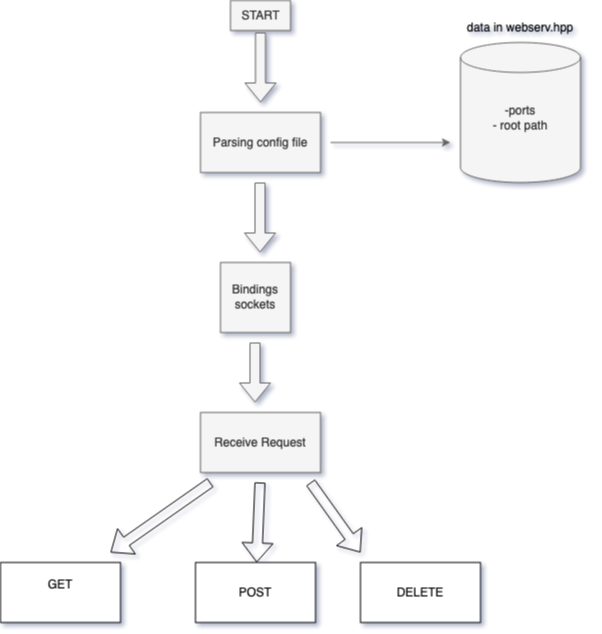
This is Diagram Webserv.drawio.png from es4nchez/webserv, a draw.io export, as it was before one commit. Source tidied: cells renumbered, new cells last; positions are measured from the earlier drawing's top-left corner, leaving out a move shared by most shapes.
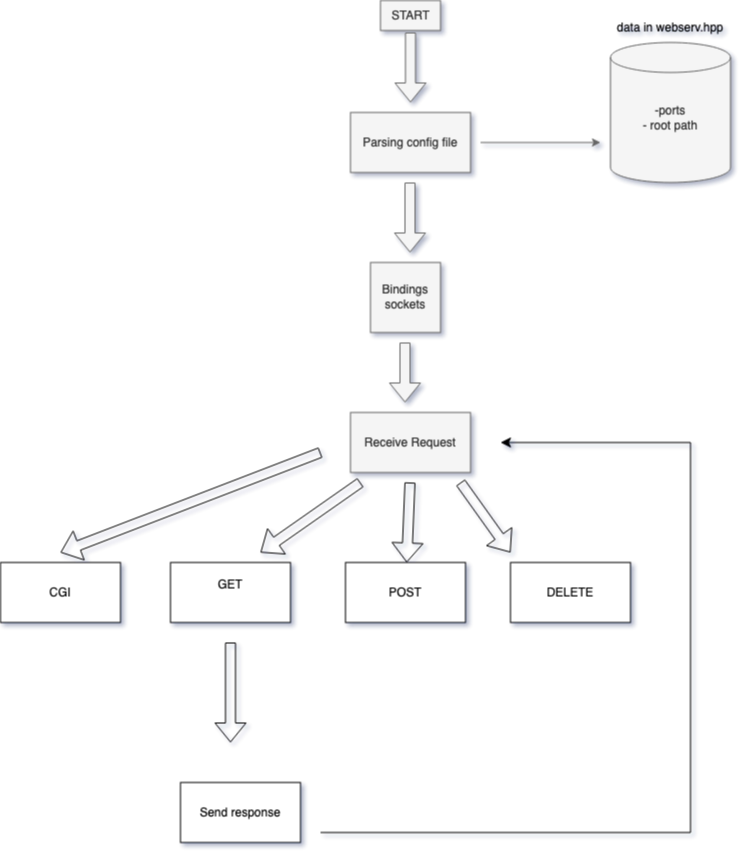
The same diagram one commit later.

Commit message:
Mettre à jour Diagram Webserv.drawio.png

The edit, as a diff of the source:
```diff
@@ -65,10 +65,37 @@
       <mxGeometry x="195" y="562" width="120" height="60" as="geometry" />
     </mxCell>
     <mxCell id="16" value="&lt;div&gt;GET&lt;/div&gt;&lt;div&gt;&lt;br&gt;&lt;/div&gt;" style="rounded=0;whiteSpace=wrap;html=1;" parent="1" vertex="1">
-      <mxGeometry y="562" width="120" height="60" as="geometry" />
+      <mxGeometry x="20" y="562" width="120" height="60" as="geometry" />
     </mxCell>
     <mxCell id="17" value="DELETE" style="rounded=0;whiteSpace=wrap;html=1;" parent="1" vertex="1">
       <mxGeometry x="360" y="562" width="120" height="60" as="geometry" />
     </mxCell>
+    <mxCell id="18" style="shape=flexArrow;endArrow=classic;html=1;rounded=0;" parent="1" edge="1">
+      <mxGeometry relative="1" as="geometry">
+        <mxPoint x="170" y="452" as="sourcePoint" />
+        <mxPoint x="-90" y="552" as="targetPoint" />
+      </mxGeometry>
+    </mxCell>
+    <mxCell id="19" value="CGI" style="rounded=0;whiteSpace=wrap;html=1;" parent="1" vertex="1">
+      <mxGeometry x="-150" y="562" width="120" height="60" as="geometry" />
+    </mxCell>
+    <mxCell id="20" style="shape=flexArrow;endArrow=classic;html=1;rounded=0;" parent="1" edge="1">
+      <mxGeometry relative="1" as="geometry">
+        <mxPoint x="80" y="642" as="sourcePoint" />
+        <mxPoint x="80" y="742" as="targetPoint" />
+      </mxGeometry>
+    </mxCell>
+    <mxCell id="21" style="edgeStyle=segmentEdgeStyle;endArrow=classic;html=1;curved=0;rounded=0;endSize=8;startSize=8;" parent="1" edge="1">
+      <mxGeometry relative="1" as="geometry">
+        <mxPoint x="170" y="832" as="sourcePoint" />
+        <mxPoint x="350" y="442" as="targetPoint" />
+        <Array as="points">
+          <mxPoint x="540" y="832" />
+        </Array>
+      </mxGeometry>
+    </mxCell>
+    <mxCell id="22" value="&lt;div&gt;Send response&lt;/div&gt;" style="rounded=0;whiteSpace=wrap;html=1;" parent="1" vertex="1">
+      <mxGeometry x="30" y="782" width="120" height="60" as="geometry" />
+    </mxCell>
   </root>
 </mxGraphModel>
```
